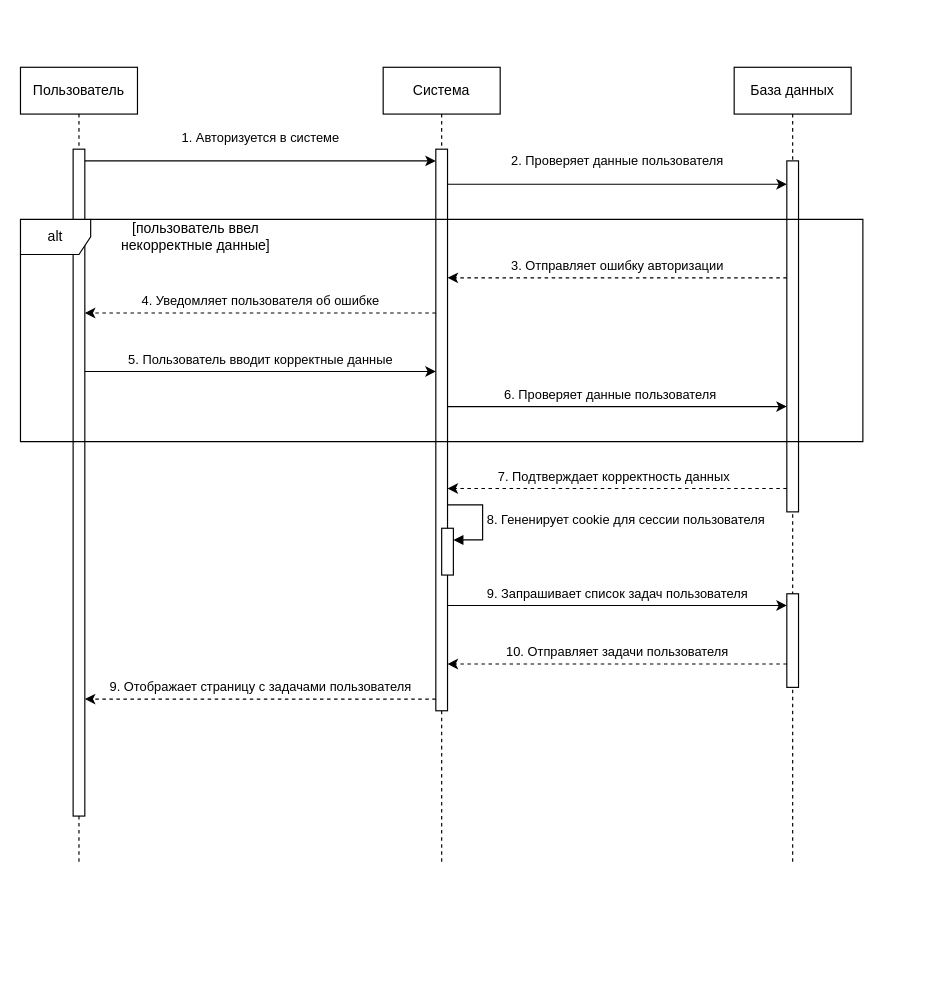
Above: page "Диаграмма последовательности" (5 of 6) of UML/UML_diagrams.drawio in ktoToGdeTo/BachelorDiploma (draw.io), before the change. Source tidied: cells renumbered, new cells numbered last; positions are measured from the earlier drawing's top-left corner, leaving out a move shared by most shapes. Both pictures are drawn from the tidied source at 117%, with x=0, y=0 at pixel (20, 67).
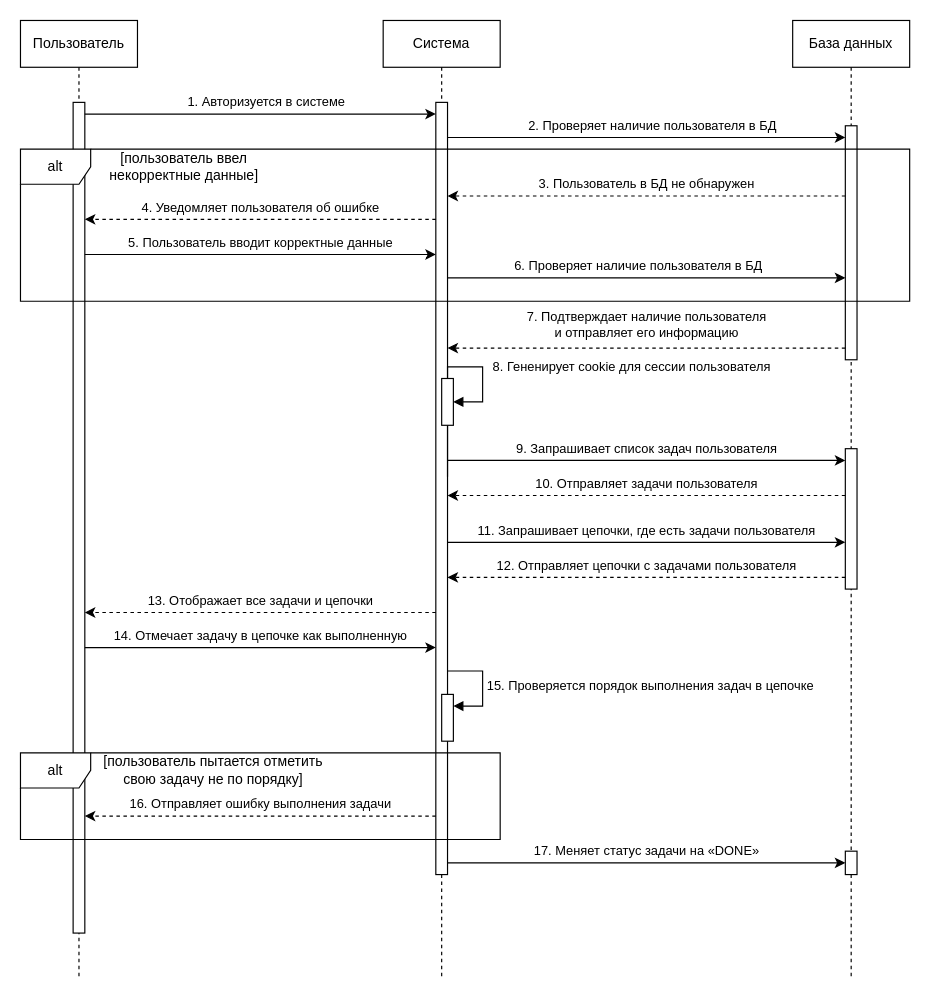
After the change.

Change to the diagram source:
```diff
@@
     <mxCell id="2" value="Пользователь" style="shape=umlLifeline;perimeter=lifelinePerimeter;whiteSpace=wrap;html=1;newEdgeStyle={&quot;curved&quot;:0,&quot;rounded&quot;:0};" parent="1" vertex="1">
-      <mxGeometry width="100" height="680" as="geometry" />
+      <mxGeometry y="-40" width="100" height="820" as="geometry" />
     </mxCell>
     <mxCell id="3" style="html=1;points=[[0,0,0,0,5],[0,1,0,0,-5],[1,0,0,0,5],[1,1,0,0,-5]];perimeter=orthogonalPerimeter;outlineConnect=0;targetShapes=umlLifeline;portConstraint=eastwest;newEdgeStyle={&quot;curved&quot;:0,&quot;rounded&quot;:0};" parent="2" vertex="1">
-      <mxGeometry x="45" y="70" width="10" height="570" as="geometry" />
+      <mxGeometry x="45" y="70" width="10" height="710" as="geometry" />
     </mxCell>
     <mxCell id="4" value="Система" style="shape=umlLifeline;perimeter=lifelinePerimeter;whiteSpace=wrap;html=1;newEdgeStyle={&quot;curved&quot;:0,&quot;rounded&quot;:0};" parent="1" vertex="1">
-      <mxGeometry x="310" width="100" height="680" as="geometry" />
+      <mxGeometry x="310" y="-40" width="100" height="820" as="geometry" />
     </mxCell>
     <mxCell id="5" style="html=1;points=[[0,0,0,0,5],[0,1,0,0,-5],[1,0,0,0,5],[1,1,0,0,-5]];perimeter=orthogonalPerimeter;outlineConnect=0;targetShapes=umlLifeline;portConstraint=eastwest;newEdgeStyle={&quot;curved&quot;:0,&quot;rounded&quot;:0};" parent="4" vertex="1">
-      <mxGeometry x="45" y="70" width="10" height="480" as="geometry" />
+      <mxGeometry x="45" y="70" width="10" height="660" as="geometry" />
     </mxCell>
     <mxCell id="6" value="8. Гененирует cookie для сессии пользователя" style="html=1;align=left;spacingLeft=2;endArrow=block;rounded=0;edgeStyle=orthogonalEdgeStyle;curved=0;rounded=0;" parent="4" edge="1" target="7">
-      <mxGeometry relative="1" as="geometry">
-        <mxPoint x="55" y="374" as="sourcePoint" />
+      <mxGeometry x="0.39" y="5" relative="1" as="geometry">
+        <mxPoint x="55" y="390" as="sourcePoint" />
         <Array as="points">
-          <mxPoint x="85" y="404" />
+          <mxPoint x="55" y="296" />
+          <mxPoint x="85" y="296" />
+          <mxPoint x="85" y="326" />
         </Array>
       </mxGeometry>
     </mxCell>
     <mxCell id="7" style="html=1;points=[[0,0,0,0,5],[0,1,0,0,-5],[1,0,0,0,5],[1,1,0,0,-5]];perimeter=orthogonalPerimeter;outlineConnect=0;targetShapes=umlLifeline;portConstraint=eastwest;newEdgeStyle={&quot;curved&quot;:0,&quot;rounded&quot;:0};" parent="4" vertex="1">
-      <mxGeometry x="50" y="394" width="10" height="40" as="geometry" />
+      <mxGeometry x="50" y="306" width="10" height="40" as="geometry" />
     </mxCell>
+    <mxCell id="23" style="html=1;points=[[0,0,0,0,5],[0,1,0,0,-5],[1,0,0,0,5],[1,1,0,0,-5]];perimeter=orthogonalPerimeter;outlineConnect=0;targetShapes=umlLifeline;portConstraint=eastwest;newEdgeStyle={&quot;curved&quot;:0,&quot;rounded&quot;:0};" parent="4" vertex="1">
+      <mxGeometry x="50" y="576" width="10" height="40" as="geometry" />
+    </mxCell>
+    <mxCell id="24" value="15. Проверяется порядок выполнения задач в цепочке" style="html=1;align=left;spacingLeft=2;endArrow=block;rounded=0;edgeStyle=orthogonalEdgeStyle;curved=0;rounded=0;" parent="4" edge="1" target="23">
+      <mxGeometry relative="1" as="geometry">
+        <mxPoint x="55" y="556" as="sourcePoint" />
+        <Array as="points">
+          <mxPoint x="85" y="586" />
+        </Array>
+      </mxGeometry>
+    </mxCell>
     <mxCell id="8" value="База данных" style="shape=umlLifeline;perimeter=lifelinePerimeter;whiteSpace=wrap;html=1;newEdgeStyle={&quot;curved&quot;:0,&quot;rounded&quot;:0};" parent="1" vertex="1">
-      <mxGeometry x="610" width="100" height="680" as="geometry" />
+      <mxGeometry x="660" y="-40" width="100" height="820" as="geometry" />
     </mxCell>
     <mxCell id="9" style="html=1;points=[[0,0,0,0,5],[0,1,0,0,-5],[1,0,0,0,5],[1,1,0,0,-5]];perimeter=orthogonalPerimeter;outlineConnect=0;targetShapes=umlLifeline;portConstraint=eastwest;newEdgeStyle={&quot;curved&quot;:0,&quot;rounded&quot;:0};" parent="8" vertex="1">
-      <mxGeometry x="45" y="80" width="10" height="300" as="geometry" />
+      <mxGeometry x="45" y="90" width="10" height="200" as="geometry" />
     </mxCell>
     <mxCell id="10" style="html=1;points=[[0,0,0,0,5],[0,1,0,0,-5],[1,0,0,0,5],[1,1,0,0,-5]];perimeter=orthogonalPerimeter;outlineConnect=0;targetShapes=umlLifeline;portConstraint=eastwest;newEdgeStyle={&quot;curved&quot;:0,&quot;rounded&quot;:0};" parent="8" vertex="1">
-      <mxGeometry x="45" y="450" width="10" height="80" as="geometry" />
+      <mxGeometry x="45" y="366" width="10" height="120" as="geometry" />
     </mxCell>
+    <mxCell id="25" style="html=1;points=[[0,0,0,0,5],[0,1,0,0,-5],[1,0,0,0,5],[1,1,0,0,-5]];perimeter=orthogonalPerimeter;outlineConnect=0;targetShapes=umlLifeline;portConstraint=eastwest;newEdgeStyle={&quot;curved&quot;:0,&quot;rounded&quot;:0};" parent="8" vertex="1">
+      <mxGeometry x="45" y="710" width="10" height="20" as="geometry" />
+    </mxCell>
     <mxCell id="11" value="1. Авторизуется в системе" style="edgeStyle=orthogonalEdgeStyle;rounded=0;jettySize=auto;html=1;curved=0;" parent="1" edge="1" source="3" target="5">
-      <mxGeometry y="20" relative="1" as="geometry">
+      <mxGeometry x="0.03" y="10" relative="1" as="geometry">
         <Array as="points">
-          <mxPoint x="170" y="80" />
-          <mxPoint x="170" y="80" />
+          <mxPoint x="170" y="40" />
+          <mxPoint x="170" y="40" />
         </Array>
       </mxGeometry>
     </mxCell>
-    <mxCell id="12" value="2. Проверяет данные пользователя" style="edgeStyle=orthogonalEdgeStyle;rounded=0;jettySize=auto;html=1;curved=0;" parent="1" edge="1" source="5" target="9">
-      <mxGeometry y="20" relative="1" as="geometry">
+    <mxCell id="12" value="2. Проверяет наличие пользователя в БД" style="edgeStyle=orthogonalEdgeStyle;rounded=0;jettySize=auto;html=1;curved=0;" parent="1" edge="1" source="5" target="9">
+      <mxGeometry x="0.03" y="10" relative="1" as="geometry">
         <Array as="points">
-          <mxPoint x="410" y="100" />
-          <mxPoint x="410" y="100" />
+          <mxPoint x="410" y="60" />
+          <mxPoint x="410" y="60" />
         </Array>
       </mxGeometry>
     </mxCell>
     <mxCell id="13" value="alt" style="shape=umlFrame;whiteSpace=wrap;html=1;" parent="1" vertex="1">
-      <mxGeometry y="130" width="720" height="190" as="geometry" />
+      <mxGeometry y="70" width="760" height="130" as="geometry" />
     </mxCell>
-    <mxCell id="14" value="3. Отправляет ошибку авторизации" style="edgeStyle=orthogonalEdgeStyle;rounded=0;jettySize=auto;html=1;curved=0;dashed=1;" parent="1" edge="1" source="9" target="5">
+    <mxCell id="14" value="3. Пользователь в БД не обнаружен" style="edgeStyle=orthogonalEdgeStyle;rounded=0;jettySize=auto;html=1;curved=0;dashed=1;" parent="1" edge="1" source="9" target="5">
       <mxGeometry y="-10" relative="1" as="geometry">
         <Array as="points">
-          <mxPoint x="410" y="180" />
-          <mxPoint x="410" y="180" />
+          <mxPoint x="580" y="110" />
+          <mxPoint x="580" y="110" />
         </Array>
       </mxGeometry>
     </mxCell>
     <mxCell id="15" value="[пользователь ввел некорректные данные]" style="text;html=1;align=center;verticalAlign=middle;whiteSpace=wrap;rounded=0;" parent="1" vertex="1">
-      <mxGeometry x="60" y="130" width="180" height="30" as="geometry" />
+      <mxGeometry x="50" y="70" width="180" height="30" as="geometry" />
     </mxCell>
     <mxCell id="16" value="4. Уведомляет пользователя об ошибке" style="edgeStyle=orthogonalEdgeStyle;rounded=0;jettySize=auto;html=1;curved=0;dashed=1;" parent="1" edge="1" source="5" target="3">
       <mxGeometry y="-10" relative="1" as="geometry">
         <Array as="points">
-          <mxPoint x="180" y="210" />
-          <mxPoint x="180" y="210" />
+          <mxPoint x="230" y="130" />
+          <mxPoint x="230" y="130" />
         </Array>
       </mxGeometry>
     </mxCell>
     <mxCell id="17" value="5. Пользователь вводит корректные данные" style="edgeStyle=orthogonalEdgeStyle;rounded=0;jettySize=auto;html=1;curved=0;" parent="1" edge="1" source="3" target="5">
       <mxGeometry y="10" relative="1" as="geometry">
         <Array as="points">
-          <mxPoint x="180" y="260" />
-          <mxPoint x="180" y="260" />
+          <mxPoint x="230" y="160" />
+          <mxPoint x="230" y="160" />
         </Array>
       </mxGeometry>
     </mxCell>
-    <mxCell id="18" value="6. Проверяет данные пользователя" style="edgeStyle=orthogonalEdgeStyle;rounded=0;jettySize=auto;html=1;curved=0;" parent="1" edge="1" source="5" target="9">
+    <mxCell id="18" value="6. Проверяет наличие пользователя в БД" style="edgeStyle=orthogonalEdgeStyle;rounded=0;jettySize=auto;html=1;curved=0;" parent="1" edge="1" source="5" target="9">
       <mxGeometry x="-0.04" y="10" relative="1" as="geometry">
         <Array as="points">
-          <mxPoint x="480" y="290" />
-          <mxPoint x="480" y="290" />
+          <mxPoint x="530" y="180" />
+          <mxPoint x="530" y="180" />
         </Array>
       </mxGeometry>
     </mxCell>
-    <mxCell id="19" value="7. Подтверждает корректность данных" style="edgeStyle=orthogonalEdgeStyle;rounded=0;jettySize=auto;html=1;curved=0;dashed=1;" parent="1" edge="1" source="9" target="5">
-      <mxGeometry x="0.02" y="-10" relative="1" as="geometry">
+    <mxCell id="19" value="7. Подтверждает наличие пользователя&lt;div&gt;и отправляет его информацию&lt;/div&gt;" style="edgeStyle=orthogonalEdgeStyle;rounded=0;orthogonalLoop=1;jettySize=auto;html=1;curved=0;dashed=1;" parent="1" edge="1">
+      <mxGeometry y="-20" relative="1" as="geometry">
+        <mxPoint x="705" y="240" as="sourcePoint" />
+        <mxPoint x="365" y="240" as="targetPoint" />
         <Array as="points">
-          <mxPoint x="410" y="360" />
-          <mxPoint x="410" y="360" />
+          <mxPoint x="520" y="240" />
+          <mxPoint x="520" y="240" />
         </Array>
       </mxGeometry>
     </mxCell>
-    <mxCell id="20" value="9. Отображает страницу с задачами пользователя" style="edgeStyle=orthogonalEdgeStyle;rounded=0;jettySize=auto;html=1;curved=0;dashed=1;" parent="1" edge="1" source="5" target="3">
-      <mxGeometry y="-10" relative="1" as="geometry">
-        <Array as="points">
-          <mxPoint x="230" y="540" />
-          <mxPoint x="230" y="540" />
-        </Array>
-      </mxGeometry>
-    </mxCell>
-    <mxCell id="21" value="9. Запрашивает список задач пользователя" style="edgeStyle=orthogonalEdgeStyle;rounded=0;jettySize=auto;html=1;curved=0;" parent="1" edge="1" source="5" target="10">
+    <mxCell id="21" value="9. Запрашивает список задач пользователя" style="edgeStyle=orthogonalEdgeStyle;rounded=0;jettySize=auto;html=1;curved=0;" parent="1" edge="1" target="10">
       <mxGeometry y="10" relative="1" as="geometry">
+        <mxPoint x="365" y="336" as="sourcePoint" />
         <Array as="points">
-          <mxPoint x="580" y="460" />
-          <mxPoint x="580" y="460" />
+          <mxPoint x="540" y="336" />
+          <mxPoint x="540" y="336" />
         </Array>
       </mxGeometry>
     </mxCell>
-    <mxCell id="22" value="10. Отправляет задачи пользователя" style="edgeStyle=orthogonalEdgeStyle;rounded=0;jettySize=auto;html=1;curved=0;dashed=1;" parent="1" edge="1" source="10" target="5">
+    <mxCell id="22" value="10. Отправляет задачи пользователя" style="edgeStyle=orthogonalEdgeStyle;rounded=0;jettySize=auto;html=1;curved=0;dashed=1;" parent="1" edge="1" source="10">
       <mxGeometry y="-10" relative="1" as="geometry">
+        <mxPoint x="365" y="366" as="targetPoint" />
         <Array as="points">
-          <mxPoint x="510" y="510" />
-          <mxPoint x="510" y="510" />
+          <mxPoint x="520" y="366" />
+          <mxPoint x="520" y="366" />
         </Array>
       </mxGeometry>
     </mxCell>
+    <mxCell id="26" value="11. Запрашивает цепочки, где есть задачи пользователя" style="edgeStyle=orthogonalEdgeStyle;rounded=0;jettySize=auto;html=1;curved=0;" parent="1" edge="1" target="10">
+      <mxGeometry y="10" relative="1" as="geometry">
+        <mxPoint x="365" y="406" as="sourcePoint" />
+        <Array as="points">
+          <mxPoint x="550" y="406" />
+          <mxPoint x="550" y="406" />
+        </Array>
+      </mxGeometry>
+    </mxCell>
+    <mxCell id="27" value="12. Отправляет цепочки с задачами пользователя" style="edgeStyle=orthogonalEdgeStyle;rounded=0;jettySize=auto;html=1;curved=0;dashed=1;" parent="1" edge="1" source="10">
+      <mxGeometry y="-10" relative="1" as="geometry">
+        <mxPoint x="365" y="436" as="targetPoint" />
+        <Array as="points">
+          <mxPoint x="540" y="436" />
+          <mxPoint x="540" y="436" />
+        </Array>
+      </mxGeometry>
+    </mxCell>
+    <mxCell id="28" value="13. Отображает все задачи и цепочки" style="edgeStyle=orthogonalEdgeStyle;rounded=0;orthogonalLoop=1;jettySize=auto;html=1;curved=0;dashed=1;" parent="1" edge="1">
+      <mxGeometry y="-10" relative="1" as="geometry">
+        <mxPoint x="355" y="466" as="sourcePoint" />
+        <mxPoint x="55" y="466" as="targetPoint" />
+        <Array as="points">
+          <mxPoint x="150" y="466" />
+          <mxPoint x="150" y="466" />
+        </Array>
+      </mxGeometry>
+    </mxCell>
+    <mxCell id="29" value="alt" style="shape=umlFrame;whiteSpace=wrap;html=1;" parent="1" vertex="1">
+      <mxGeometry y="586" width="410" height="74" as="geometry" />
+    </mxCell>
+    <mxCell id="30" value="14. Отмечает задачу в цепочке как выполненную" style="edgeStyle=orthogonalEdgeStyle;rounded=0;orthogonalLoop=1;jettySize=auto;html=1;curved=0;" parent="1" edge="1">
+      <mxGeometry y="10" relative="1" as="geometry">
+        <mxPoint x="55" y="496" as="sourcePoint" />
+        <mxPoint x="355" y="496" as="targetPoint" />
+        <Array as="points">
+          <mxPoint x="200" y="496" />
+          <mxPoint x="200" y="496" />
+        </Array>
+      </mxGeometry>
+    </mxCell>
+    <mxCell id="31" value="[пользователь пытается отметить свою задачу не по порядку]" style="text;html=1;align=center;verticalAlign=middle;whiteSpace=wrap;rounded=0;" parent="1" vertex="1">
+      <mxGeometry x="60" y="586" width="210" height="30" as="geometry" />
+    </mxCell>
+    <mxCell id="32" value="16. Отправляет ошибку выполнения задачи" style="edgeStyle=orthogonalEdgeStyle;rounded=0;orthogonalLoop=1;jettySize=auto;html=1;curved=0;dashed=1;" parent="1" edge="1">
+      <mxGeometry y="-10" relative="1" as="geometry">
+        <mxPoint x="355" y="640" as="sourcePoint" />
+        <mxPoint x="55" y="640" as="targetPoint" />
+        <Array as="points">
+          <mxPoint x="150" y="640" />
+          <mxPoint x="150" y="640" />
+        </Array>
+      </mxGeometry>
+    </mxCell>
+    <mxCell id="33" value="17. Меняет статус задачи на «DONE»" style="edgeStyle=orthogonalEdgeStyle;rounded=0;jettySize=auto;html=1;curved=0;" parent="1" edge="1" source="5" target="25">
+      <mxGeometry y="10" relative="1" as="geometry">
+        <Array as="points">
+          <mxPoint x="480" y="680" />
+          <mxPoint x="480" y="680" />
+        </Array>
+      </mxGeometry>
+    </mxCell>
```
